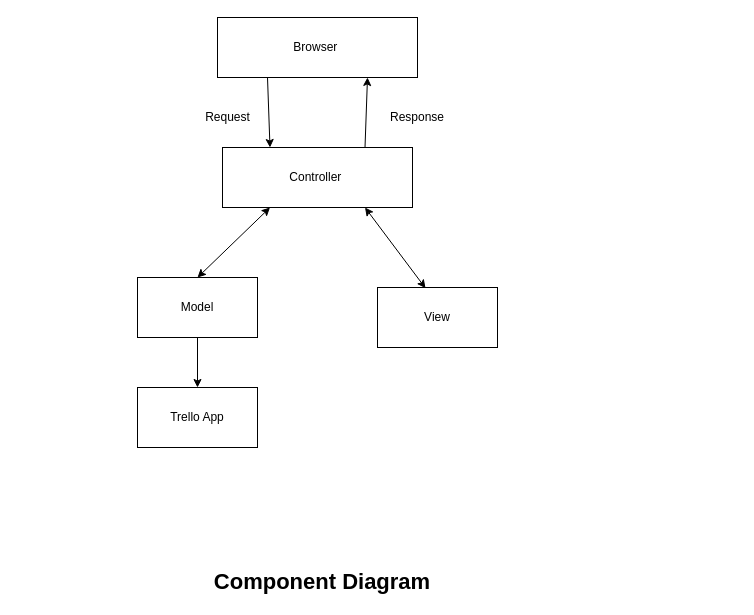
avdhut1977/DevOps-Course-Starter keeps this draw.io diagram as todo_app/diagrams/component_diagram.drawio. Above is the earlier version. Source tidied: cells renumbered, new cells numbered last; positions are measured from the earlier drawing's top-left corner, leaving out a move shared by most shapes. Both pictures are drawn from the tidied source at 100%, with x=0, y=0 at pixel (137, 17).
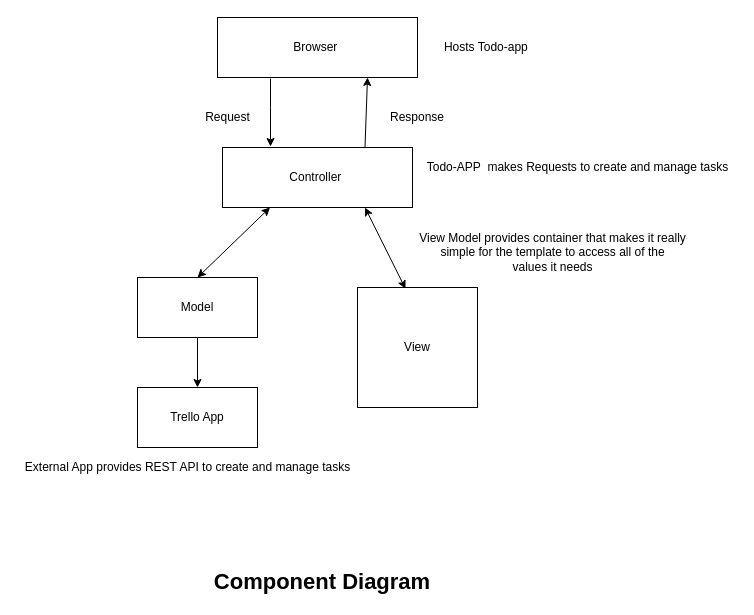
The same diagram, later.

The change refers to these unchanged cells:
```xml
<mxCell id="3" value="Browser&amp;nbsp;" style="rounded=0;whiteSpace=wrap;html=1;" parent="1" vertex="1">
  <mxGeometry x="80" width="200" height="60" as="geometry" />
</mxCell>
<mxCell id="7" value="Controller&amp;nbsp;" style="rounded=0;whiteSpace=wrap;html=1;" parent="1" vertex="1">
  <mxGeometry x="85" y="130" width="190" height="60" as="geometry" />
</mxCell>
```

What changed in the source:
```diff
@@
-    <mxCell id="2" style="edgeStyle=none;rounded=0;jettySize=auto;html=1;exitX=0.25;exitY=1;exitDx=0;exitDy=0;entryX=0.25;entryY=0;entryDx=0;entryDy=0;startArrow=none;startFill=0;" parent="1" edge="1" source="3" target="7">
-      <mxGeometry relative="1" as="geometry" />
+    <mxCell id="2" style="edgeStyle=none;rounded=0;orthogonalLoop=1;jettySize=auto;html=1;startArrow=none;startFill=0;" parent="1" edge="1">
+      <mxGeometry relative="1" as="geometry">
+        <mxPoint x="133" y="61" as="sourcePoint" />
+        <mxPoint x="133" y="129" as="targetPoint" />
+        <Array as="points">
+          <mxPoint x="133" y="90" />
+        </Array>
+      </mxGeometry>
     </mxCell>
@@
-    <mxCell id="8" value="View" style="rounded=0;whiteSpace=wrap;html=1;" parent="1" vertex="1">
-      <mxGeometry x="240" y="270" width="120" height="60" as="geometry" />
+    <mxCell id="8" value="View&lt;br&gt;" style="rounded=0;whiteSpace=wrap;html=1;" parent="1" vertex="1">
+      <mxGeometry x="220" y="270" width="120" height="120" as="geometry" />
     </mxCell>
@@
+    <mxCell id="15" value="&lt;span&gt;View Model provides container&amp;nbsp;that makes it really&lt;/span&gt;&lt;br&gt;&lt;span&gt;simple for the template to access all of the&lt;/span&gt;&lt;br&gt;&lt;span&gt;values it needs&lt;/span&gt;" style="text;html=1;align=center;verticalAlign=middle;strokeColor=none;" parent="1" vertex="1">
+      <mxGeometry x="275" y="210" width="280" height="50" as="geometry" />
+    </mxCell>
+    <mxCell id="16" value="Todo-APP&amp;nbsp; makes Requests to create and manage tasks" style="text;html=1;align=center;verticalAlign=middle;strokeColor=none;" parent="1" vertex="1">
+      <mxGeometry x="280" y="140" width="320" height="20" as="geometry" />
+    </mxCell>
+    <mxCell id="17" value="Hosts Todo-app&amp;nbsp;" style="text;html=1;align=center;verticalAlign=middle;strokeColor=none;" parent="1" vertex="1">
+      <mxGeometry x="300" y="20" width="100" height="20" as="geometry" />
+    </mxCell>
+    <mxCell id="18" value="External App provides REST API to create and manage tasks" style="text;html=1;align=center;verticalAlign=middle;strokeColor=none;" parent="1" vertex="1">
+      <mxGeometry x="-120" y="440" width="340" height="20" as="geometry" />
+    </mxCell>
```
